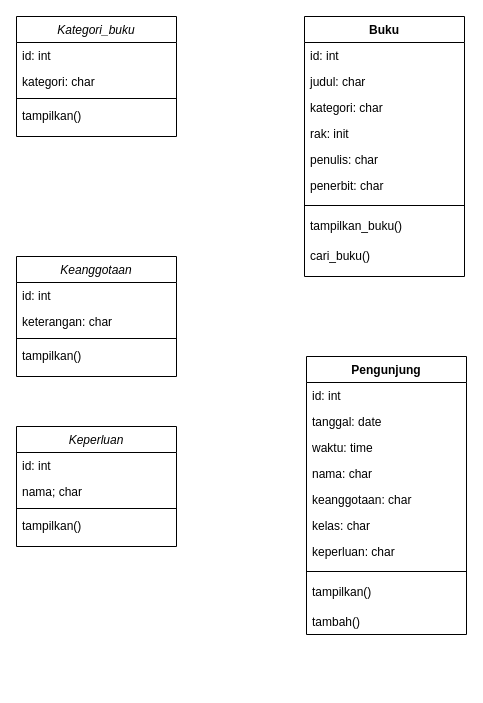
SalsabilaYulianti/TEFA-_PerpusDigital keeps this draw.io diagram as Class-Diagram-Perpus-Digital.drawio. Above is the earlier version. Source tidied: cells renumbered, new cells numbered last; positions are measured from the earlier drawing's top-left corner, leaving out a move shared by most shapes. Both pictures are drawn from the tidied source at 100%, with x=0, y=0 at pixel (16, 16).
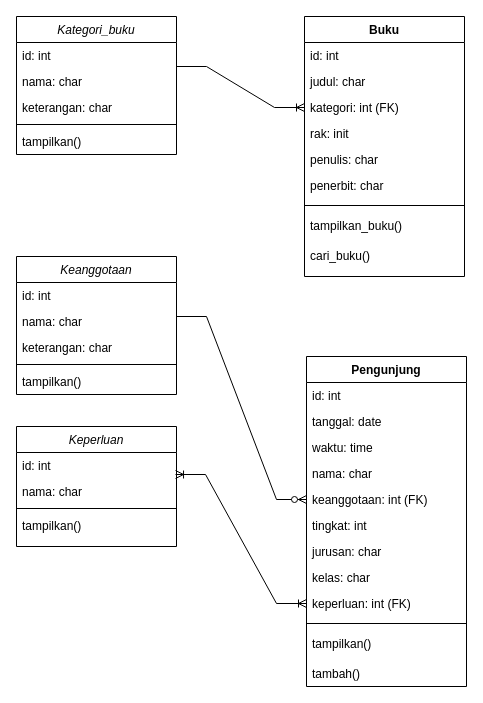
The same page after the edit.

Unchanged cells that the change refers to:
```xml
<mxCell id="7" value="Buku" style="swimlane;fontStyle=1;align=center;verticalAlign=top;horizontal=1;startSize=26;rounded=0;shadow=0;strokeWidth=1;" parent="1" vertex="1">
  <mxGeometry x="288" width="160" height="260" as="geometry" />
</mxCell>
<mxCell id="33" value="Keperluan" style="swimlane;fontStyle=2;align=center;verticalAlign=top;horizontal=1;startSize=26;rounded=0;shadow=0;strokeWidth=1;" parent="1" vertex="1">
  <mxGeometry y="410" width="160" height="120" as="geometry" />
</mxCell>
```

Diff of the diagram source:
```diff
@@
     <mxCell id="2" value="Kategori_buku" style="swimlane;fontStyle=2;align=center;verticalAlign=top;horizontal=1;startSize=26;rounded=0;shadow=0;strokeWidth=1;" parent="1" vertex="1">
-      <mxGeometry width="160" height="120" as="geometry" />
+      <mxGeometry width="160" height="138" as="geometry" />
     </mxCell>
@@
+    <mxCell id="38" value="nama: char" style="text;align=left;verticalAlign=top;spacingLeft=4;spacingRight=4;overflow=hidden;" parent="2" vertex="1">
+      <mxGeometry y="52" width="160" height="26" as="geometry" />
+    </mxCell>
-    <mxCell id="4" value="kategori: char" style="text;align=left;verticalAlign=top;spacingLeft=4;spacingRight=4;overflow=hidden;rounded=0;shadow=0;html=0;" parent="2" vertex="1">
-      <mxGeometry y="52" width="160" height="26" as="geometry" />
+    <mxCell id="4" value="keterangan: char" style="text;align=left;verticalAlign=top;spacingLeft=4;spacingRight=4;overflow=hidden;rounded=0;shadow=0;html=0;" parent="2" vertex="1">
+      <mxGeometry y="78" width="160" height="26" as="geometry" />
     </mxCell>
     <mxCell id="5" style="line;html=1;strokeWidth=1;align=left;verticalAlign=middle;spacingTop=-1;spacingLeft=3;spacingRight=3;labelPosition=right;" parent="2" vertex="1">
-      <mxGeometry y="78" width="160" height="8" as="geometry" />
+      <mxGeometry y="104" width="160" height="8" as="geometry" />
     </mxCell>
     <mxCell id="6" value="tampilkan()" style="text;align=left;verticalAlign=top;spacingLeft=4;spacingRight=4;overflow=hidden;" parent="2" vertex="1">
-      <mxGeometry y="86" width="160" height="26" as="geometry" />
+      <mxGeometry y="112" width="160" height="26" as="geometry" />
     </mxCell>
@@
-    <mxCell id="10" value="kategori: char" style="text;align=left;verticalAlign=top;spacingLeft=4;spacingRight=4;overflow=hidden;points=[[0,0.5],[1,0.5]];portConstraint=eastwest;rounded=0;shadow=0;html=0;" parent="7" vertex="1">
+    <mxCell id="10" value="kategori: int (FK)" style="text;align=left;verticalAlign=top;spacingLeft=4;spacingRight=4;overflow=hidden;points=[[0,0.5],[1,0.5]];portConstraint=eastwest;rounded=0;shadow=0;html=0;" parent="7" vertex="1">
       <mxGeometry y="78" width="160" height="26" as="geometry" />
     </mxCell>
@@
     <mxCell id="17" value="Pengunjung" style="swimlane;fontStyle=1;align=center;verticalAlign=top;horizontal=1;startSize=26;rounded=0;shadow=0;strokeWidth=1;" parent="1" vertex="1">
-      <mxGeometry x="290" y="340" width="160" height="278" as="geometry" />
+      <mxGeometry x="290" y="340" width="160" height="330" as="geometry" />
     </mxCell>
@@
-    <mxCell id="22" value="keanggotaan: char" style="text;align=left;verticalAlign=top;spacingLeft=4;spacingRight=4;overflow=hidden;points=[[0,0.5],[1,0.5]];portConstraint=eastwest;rounded=0;shadow=0;html=0;" parent="17" vertex="1">
+    <mxCell id="22" value="keanggotaan: int (FK)" style="text;align=left;verticalAlign=top;spacingLeft=4;spacingRight=4;overflow=hidden;points=[[0,0.5],[1,0.5]];portConstraint=eastwest;rounded=0;shadow=0;html=0;" parent="17" vertex="1">
       <mxGeometry y="130" width="160" height="26" as="geometry" />
     </mxCell>
+    <mxCell id="39" value="tingkat: int" style="text;align=left;verticalAlign=top;spacingLeft=4;spacingRight=4;overflow=hidden;rounded=0;shadow=0;html=0;" parent="17" vertex="1">
+      <mxGeometry y="156" width="160" height="26" as="geometry" />
+    </mxCell>
+    <mxCell id="40" value="jurusan: char" style="text;align=left;verticalAlign=top;spacingLeft=4;spacingRight=4;overflow=hidden;rounded=0;shadow=0;html=0;" parent="17" vertex="1">
+      <mxGeometry y="182" width="160" height="26" as="geometry" />
+    </mxCell>
     <mxCell id="23" value="kelas: char" style="text;align=left;verticalAlign=top;spacingLeft=4;spacingRight=4;overflow=hidden;rounded=0;shadow=0;html=0;" parent="17" vertex="1">
-      <mxGeometry y="156" width="160" height="26" as="geometry" />
+      <mxGeometry y="208" width="160" height="26" as="geometry" />
     </mxCell>
-    <mxCell id="24" value="keperluan: char" style="text;align=left;verticalAlign=top;spacingLeft=4;spacingRight=4;overflow=hidden;points=[[0,0.5],[1,0.5]];portConstraint=eastwest;rounded=0;shadow=0;html=0;" parent="17" vertex="1">
-      <mxGeometry y="182" width="160" height="26" as="geometry" />
+    <mxCell id="24" value="keperluan: int (FK)" style="text;align=left;verticalAlign=top;spacingLeft=4;spacingRight=4;overflow=hidden;points=[[0,0.5],[1,0.5]];portConstraint=eastwest;rounded=0;shadow=0;html=0;" parent="17" vertex="1">
+      <mxGeometry y="234" width="160" height="26" as="geometry" />
     </mxCell>
     <mxCell id="25" style="line;html=1;strokeWidth=1;align=left;verticalAlign=middle;spacingTop=-1;spacingLeft=3;spacingRight=3;labelPosition=right;" parent="17" vertex="1">
-      <mxGeometry y="208" width="160" height="14" as="geometry" />
+      <mxGeometry y="260" width="160" height="14" as="geometry" />
     </mxCell>
     <mxCell id="26" value="tampilkan()" style="text;align=left;verticalAlign=top;spacingLeft=4;spacingRight=4;overflow=hidden;" parent="17" vertex="1">
-      <mxGeometry y="222" width="160" height="30" as="geometry" />
+      <mxGeometry y="274" width="160" height="30" as="geometry" />
     </mxCell>
     <mxCell id="27" value="tambah()" style="text;align=left;verticalAlign=top;spacingLeft=4;spacingRight=4;overflow=hidden;" parent="17" vertex="1">
-      <mxGeometry y="252" width="160" height="26" as="geometry" />
+      <mxGeometry y="304" width="160" height="26" as="geometry" />
     </mxCell>
     <mxCell id="28" value="Keanggotaan" style="swimlane;fontStyle=2;align=center;verticalAlign=top;horizontal=1;startSize=26;rounded=0;shadow=0;strokeWidth=1;" parent="1" vertex="1">
-      <mxGeometry y="240" width="160" height="120" as="geometry" />
+      <mxGeometry y="240" width="160" height="138" as="geometry" />
     </mxCell>
@@
+    <mxCell id="41" value="nama: char" style="text;align=left;verticalAlign=top;spacingLeft=4;spacingRight=4;overflow=hidden;" parent="28" vertex="1">
+      <mxGeometry y="52" width="160" height="26" as="geometry" />
+    </mxCell>
     <mxCell id="30" value="keterangan: char " style="text;align=left;verticalAlign=top;spacingLeft=4;spacingRight=4;overflow=hidden;rounded=0;shadow=0;html=0;" parent="28" vertex="1">
-      <mxGeometry y="52" width="160" height="26" as="geometry" />
+      <mxGeometry y="78" width="160" height="26" as="geometry" />
     </mxCell>
     <mxCell id="31" style="line;html=1;strokeWidth=1;align=left;verticalAlign=middle;spacingTop=-1;spacingLeft=3;spacingRight=3;labelPosition=right;" parent="28" vertex="1">
-      <mxGeometry y="78" width="160" height="8" as="geometry" />
+      <mxGeometry y="104" width="160" height="8" as="geometry" />
     </mxCell>
     <mxCell id="32" value="tampilkan()" style="text;align=left;verticalAlign=top;spacingLeft=4;spacingRight=4;overflow=hidden;" parent="28" vertex="1">
-      <mxGeometry y="86" width="160" height="26" as="geometry" />
+      <mxGeometry y="112" width="160" height="26" as="geometry" />
     </mxCell>
@@
-    <mxCell id="35" value="nama; char" style="text;align=left;verticalAlign=top;spacingLeft=4;spacingRight=4;overflow=hidden;points=[[0,0.5],[1,0.5]];portConstraint=eastwest;rounded=0;shadow=0;html=0;" parent="33" vertex="1">
+    <mxCell id="35" value="nama: char" style="text;align=left;verticalAlign=top;spacingLeft=4;spacingRight=4;overflow=hidden;points=[[0,0.5],[1,0.5]];portConstraint=eastwest;rounded=0;shadow=0;html=0;" parent="33" vertex="1">
       <mxGeometry y="52" width="160" height="26" as="geometry" />
     </mxCell>
@@
+    <mxCell id="42" style="edgeStyle=entityRelationEdgeStyle;fontSize=12;html=1;endArrow=ERoneToMany;rounded=0;entryX=0;entryY=0.5;entryDx=0;entryDy=0;" parent="1" edge="1" target="10">
+      <mxGeometry relative="1" as="geometry">
+        <mxPoint x="160" y="50" as="sourcePoint" />
+      </mxGeometry>
+    </mxCell>
+    <mxCell id="43" style="edgeStyle=entityRelationEdgeStyle;fontSize=12;html=1;endArrow=ERzeroToMany;endFill=1;rounded=0;entryX=0;entryY=0.5;entryDx=0;entryDy=0;" parent="1" edge="1" target="22">
+      <mxGeometry relative="1" as="geometry">
+        <mxPoint x="160" y="300" as="sourcePoint" />
+      </mxGeometry>
+    </mxCell>
+    <mxCell id="44" style="edgeStyle=entityRelationEdgeStyle;fontSize=12;html=1;endArrow=ERoneToMany;startArrow=ERoneToMany;rounded=0;exitX=0.994;exitY=-0.154;exitDx=0;exitDy=0;exitPerimeter=0;entryX=0;entryY=0.5;entryDx=0;entryDy=0;" parent="1" edge="1" source="35" target="24">
+      <mxGeometry relative="1" as="geometry" />
+    </mxCell>
```
